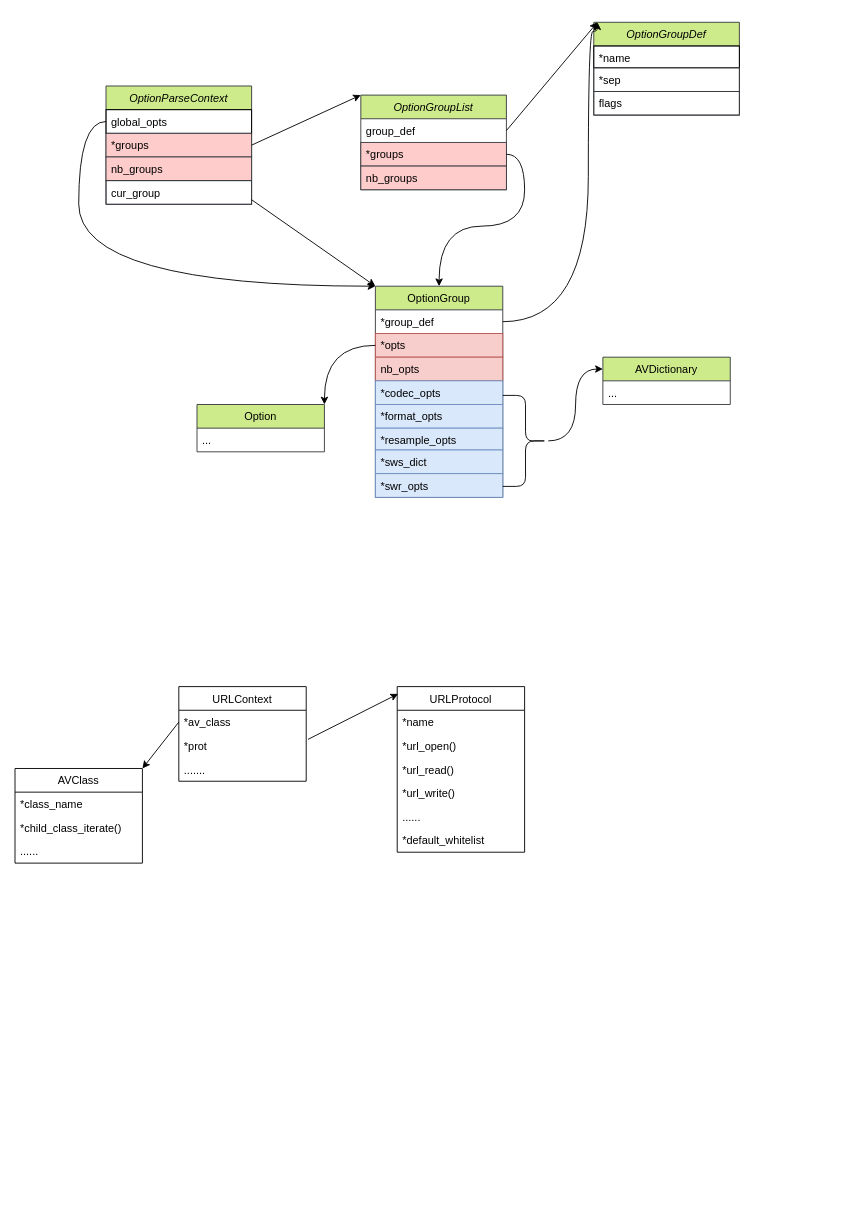
qiaoshouxing/draw.io keeps this draw.io diagram as ffmpeg.drawio. Above is the earlier version. Source tidied: cells renumbered, new cells numbered last; positions are measured from the earlier drawing's top-left corner, leaving out a move shared by most shapes. Both pictures are drawn from the tidied source at 91%, with x=0, y=0 at pixel (15, 22).
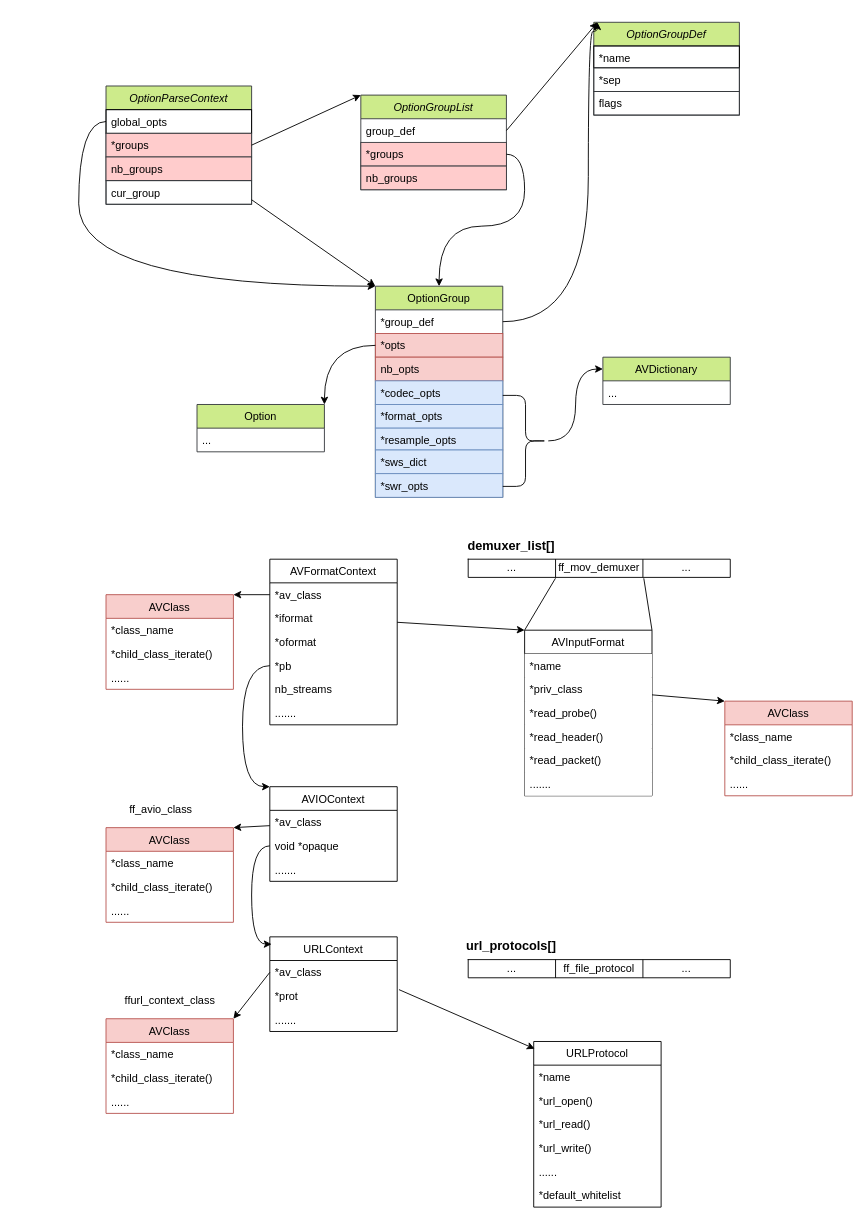
The same diagram, later.

The edit, as a diff of the source:
```diff
@@
     <mxCell id="37" value="URLContext" style="swimlane;fontStyle=0;horizontal=1;startSize=26;fillColor=none;" parent="1" vertex="1">
-      <mxGeometry x="180" y="730" width="140" height="104" as="geometry" />
+      <mxGeometry x="280" y="1005" width="140" height="104" as="geometry" />
     </mxCell>
@@
     <mxCell id="41" value="URLProtocol" style="swimlane;fontStyle=0;horizontal=1;startSize=26;fillColor=none;" parent="1" vertex="1">
-      <mxGeometry x="420" y="730" width="140" height="182" as="geometry" />
+      <mxGeometry x="570" y="1120" width="140" height="182" as="geometry" />
     </mxCell>
@@
-    <mxCell id="49" value="AVClass" style="swimlane;fontStyle=0;horizontal=1;startSize=26;fillColor=none;" parent="1" vertex="1">
-      <mxGeometry y="820" width="140" height="104" as="geometry" />
+    <mxCell id="49" value="AVClass" style="swimlane;fontStyle=0;horizontal=1;startSize=26;fillColor=#f8cecc;strokeColor=#b85450;" parent="1" vertex="1">
+      <mxGeometry x="100" y="1095" width="140" height="104" as="geometry" />
     </mxCell>
@@
+    <mxCell id="54" value="AVIOContext" style="swimlane;fontStyle=0;horizontal=1;startSize=26;fillColor=none;" parent="1" vertex="1">
+      <mxGeometry x="280" y="840" width="140" height="104" as="geometry" />
+    </mxCell>
+    <mxCell id="55" value="*av_class" style="text;strokeColor=none;fillColor=none;align=left;verticalAlign=top;spacingLeft=4;spacingRight=4;overflow=hidden;points=[[0,0.5],[1,0.5]];portConstraint=eastwest;" parent="54" vertex="1">
+      <mxGeometry y="26" width="140" height="26" as="geometry" />
+    </mxCell>
+    <mxCell id="56" value="void *opaque" style="text;strokeColor=none;fillColor=none;align=left;verticalAlign=top;spacingLeft=4;spacingRight=4;overflow=hidden;points=[[0,0.5],[1,0.5]];portConstraint=eastwest;" parent="54" vertex="1">
+      <mxGeometry y="52" width="140" height="26" as="geometry" />
+    </mxCell>
+    <mxCell id="57" value="......." style="text;strokeColor=none;fillColor=none;align=left;verticalAlign=top;spacingLeft=4;spacingRight=4;overflow=hidden;" parent="54" vertex="1">
+      <mxGeometry y="78" width="140" height="26" as="geometry" />
+    </mxCell>
+    <mxCell id="58" style="edgeStyle=orthogonalEdgeStyle;rounded=0;jettySize=auto;html=1;entryX=0.014;entryY=0.077;entryDx=0;entryDy=0;entryPerimeter=0;exitX=0;exitY=0.5;exitDx=0;exitDy=0;curved=1;" parent="1" edge="1" source="56" target="37">
+      <mxGeometry relative="1" as="geometry">
+        <Array as="points">
+          <mxPoint x="260" y="905" />
+          <mxPoint x="260" y="1013" />
+        </Array>
+      </mxGeometry>
+    </mxCell>
+    <mxCell id="59" value="AVClass" style="swimlane;fontStyle=0;horizontal=1;startSize=26;fillColor=#f8cecc;strokeColor=#b85450;" parent="1" vertex="1">
+      <mxGeometry x="100" y="885" width="140" height="104" as="geometry" />
+    </mxCell>
+    <mxCell id="60" value="*class_name" style="text;strokeColor=none;fillColor=none;align=left;verticalAlign=top;spacingLeft=4;spacingRight=4;overflow=hidden;" parent="59" vertex="1">
+      <mxGeometry y="26" width="140" height="26" as="geometry" />
+    </mxCell>
+    <mxCell id="61" value="*child_class_iterate()" style="text;strokeColor=none;fillColor=none;align=left;verticalAlign=top;spacingLeft=4;spacingRight=4;overflow=hidden;" parent="59" vertex="1">
+      <mxGeometry y="52" width="140" height="26" as="geometry" />
+    </mxCell>
+    <mxCell id="62" value="......" style="text;strokeColor=none;fillColor=none;align=left;verticalAlign=top;spacingLeft=4;spacingRight=4;overflow=hidden;" parent="59" vertex="1">
+      <mxGeometry y="78" width="140" height="26" as="geometry" />
+    </mxCell>
+    <mxCell id="63" style="rounded=0;jettySize=auto;html=1;entryX=1;entryY=0;entryDx=0;entryDy=0;" parent="1" edge="1" source="55" target="59">
+      <mxGeometry relative="1" as="geometry" />
+    </mxCell>
+    <mxCell id="64" value="ff_avio_class" style="text;html=1;align=center;verticalAlign=middle;" parent="1" vertex="1">
+      <mxGeometry x="120" y="855" width="80" height="20" as="geometry" />
+    </mxCell>
+    <mxCell id="65" value="ffurl_context_class" style="text;html=1;align=center;verticalAlign=middle;" parent="1" vertex="1">
+      <mxGeometry x="115" y="1065" width="110" height="20" as="geometry" />
+    </mxCell>
+    <mxCell id="66" value="AVFormatContext" style="swimlane;fontStyle=0;horizontal=1;startSize=26;fillColor=none;" parent="1" vertex="1">
+      <mxGeometry x="280" y="590" width="140" height="182" as="geometry" />
+    </mxCell>
+    <mxCell id="67" value="*av_class" style="text;strokeColor=none;fillColor=none;align=left;verticalAlign=top;spacingLeft=4;spacingRight=4;overflow=hidden;points=[[0,0.5],[1,0.5]];portConstraint=eastwest;" parent="66" vertex="1">
+      <mxGeometry y="26" width="140" height="26" as="geometry" />
+    </mxCell>
+    <mxCell id="68" value="*iformat" style="text;strokeColor=none;fillColor=none;align=left;verticalAlign=top;spacingLeft=4;spacingRight=4;overflow=hidden;points=[[0,0.5],[1,0.5]];portConstraint=eastwest;" parent="66" vertex="1">
+      <mxGeometry y="52" width="140" height="26" as="geometry" />
+    </mxCell>
+    <mxCell id="69" value="*oformat" style="text;strokeColor=none;fillColor=none;align=left;verticalAlign=top;spacingLeft=4;spacingRight=4;overflow=hidden;" parent="66" vertex="1">
+      <mxGeometry y="78" width="140" height="26" as="geometry" />
+    </mxCell>
+    <mxCell id="70" value="*pb" style="text;strokeColor=none;fillColor=none;align=left;verticalAlign=top;spacingLeft=4;spacingRight=4;overflow=hidden;points=[[0,0.5],[1,0.5]];portConstraint=eastwest;" parent="66" vertex="1">
+      <mxGeometry y="104" width="140" height="26" as="geometry" />
+    </mxCell>
+    <mxCell id="71" value="nb_streams" style="text;strokeColor=none;fillColor=none;align=left;verticalAlign=top;spacingLeft=4;spacingRight=4;overflow=hidden;" parent="66" vertex="1">
+      <mxGeometry y="130" width="140" height="26" as="geometry" />
+    </mxCell>
+    <mxCell id="72" value="......." style="text;strokeColor=none;fillColor=none;align=left;verticalAlign=top;spacingLeft=4;spacingRight=4;overflow=hidden;" parent="66" vertex="1">
+      <mxGeometry y="156" width="140" height="26" as="geometry" />
+    </mxCell>
+    <mxCell id="73" style="edgeStyle=orthogonalEdgeStyle;rounded=0;jettySize=auto;html=1;entryX=0;entryY=0;entryDx=0;entryDy=0;exitX=0;exitY=0.5;exitDx=0;exitDy=0;curved=1;" parent="1" edge="1" source="70" target="54">
+      <mxGeometry relative="1" as="geometry">
+        <Array as="points">
+          <mxPoint x="250" y="707" />
+          <mxPoint x="250" y="840" />
+        </Array>
+      </mxGeometry>
+    </mxCell>
+    <mxCell id="74" value="AVInputFormat" style="swimlane;fontStyle=0;horizontal=1;startSize=26;" parent="1" vertex="1">
+      <mxGeometry x="560" y="668" width="140" height="182" as="geometry" />
+    </mxCell>
+    <mxCell id="75" value="*name" style="text;strokeColor=none;align=left;verticalAlign=top;spacingLeft=4;spacingRight=4;overflow=hidden;fillColor=#ffffff;" parent="74" vertex="1">
+      <mxGeometry y="26" width="140" height="26" as="geometry" />
+    </mxCell>
+    <mxCell id="76" value="*priv_class" style="text;strokeColor=none;align=left;verticalAlign=top;spacingLeft=4;spacingRight=4;overflow=hidden;points=[[0,0.5],[1,0.5]];portConstraint=eastwest;fillColor=#ffffff;" parent="74" vertex="1">
+      <mxGeometry y="52" width="140" height="26" as="geometry" />
+    </mxCell>
+    <mxCell id="77" value="*read_probe()" style="text;strokeColor=none;align=left;verticalAlign=top;spacingLeft=4;spacingRight=4;overflow=hidden;fillColor=#ffffff;" parent="74" vertex="1">
+      <mxGeometry y="78" width="140" height="26" as="geometry" />
+    </mxCell>
+    <mxCell id="78" value="*read_header()" style="text;strokeColor=none;align=left;verticalAlign=top;spacingLeft=4;spacingRight=4;overflow=hidden;fillColor=#ffffff;" parent="74" vertex="1">
+      <mxGeometry y="104" width="140" height="26" as="geometry" />
+    </mxCell>
+    <mxCell id="79" value="*read_packet()" style="text;strokeColor=none;align=left;verticalAlign=top;spacingLeft=4;spacingRight=4;overflow=hidden;fillColor=#ffffff;" parent="74" vertex="1">
+      <mxGeometry y="130" width="140" height="26" as="geometry" />
+    </mxCell>
+    <mxCell id="80" value="......." style="text;strokeColor=none;align=left;verticalAlign=top;spacingLeft=4;spacingRight=4;overflow=hidden;fillColor=#ffffff;" parent="74" vertex="1">
+      <mxGeometry y="156" width="140" height="26" as="geometry" />
+    </mxCell>
+    <mxCell id="81" style="rounded=0;jettySize=auto;html=1;entryX=0;entryY=0;entryDx=0;entryDy=0;" parent="1" edge="1" source="68" target="74">
+      <mxGeometry relative="1" as="geometry" />
+    </mxCell>
+    <mxCell id="82" value="AVClass" style="swimlane;fontStyle=0;horizontal=1;startSize=26;fillColor=#f8cecc;strokeColor=#b85450;" parent="1" vertex="1">
+      <mxGeometry x="780" y="746" width="140" height="104" as="geometry" />
+    </mxCell>
+    <mxCell id="83" value="*class_name" style="text;strokeColor=none;fillColor=none;align=left;verticalAlign=top;spacingLeft=4;spacingRight=4;overflow=hidden;" parent="82" vertex="1">
+      <mxGeometry y="26" width="140" height="26" as="geometry" />
+    </mxCell>
+    <mxCell id="84" value="*child_class_iterate()" style="text;strokeColor=none;fillColor=none;align=left;verticalAlign=top;spacingLeft=4;spacingRight=4;overflow=hidden;" parent="82" vertex="1">
+      <mxGeometry y="52" width="140" height="26" as="geometry" />
+    </mxCell>
+    <mxCell id="85" value="......" style="text;strokeColor=none;fillColor=none;align=left;verticalAlign=top;spacingLeft=4;spacingRight=4;overflow=hidden;" parent="82" vertex="1">
+      <mxGeometry y="78" width="140" height="26" as="geometry" />
+    </mxCell>
+    <mxCell id="86" style="edgeStyle=none;rounded=0;jettySize=auto;html=1;entryX=0;entryY=0;entryDx=0;entryDy=0;" parent="1" edge="1" source="76" target="82">
+      <mxGeometry relative="1" as="geometry" />
+    </mxCell>
+    <mxCell id="87" value="AVClass" style="swimlane;fontStyle=0;horizontal=1;startSize=26;fillColor=#f8cecc;strokeColor=#b85450;" parent="1" vertex="1">
+      <mxGeometry x="100" y="629" width="140" height="104" as="geometry" />
+    </mxCell>
+    <mxCell id="88" value="*class_name" style="text;strokeColor=none;fillColor=none;align=left;verticalAlign=top;spacingLeft=4;spacingRight=4;overflow=hidden;" parent="87" vertex="1">
+      <mxGeometry y="26" width="140" height="26" as="geometry" />
+    </mxCell>
+    <mxCell id="89" value="*child_class_iterate()" style="text;strokeColor=none;fillColor=none;align=left;verticalAlign=top;spacingLeft=4;spacingRight=4;overflow=hidden;" parent="87" vertex="1">
+      <mxGeometry y="52" width="140" height="26" as="geometry" />
+    </mxCell>
+    <mxCell id="90" value="......" style="text;strokeColor=none;fillColor=none;align=left;verticalAlign=top;spacingLeft=4;spacingRight=4;overflow=hidden;" parent="87" vertex="1">
+      <mxGeometry y="78" width="140" height="26" as="geometry" />
+    </mxCell>
+    <mxCell id="91" style="edgeStyle=none;rounded=0;jettySize=auto;html=1;entryX=1;entryY=0;entryDx=0;entryDy=0;" parent="1" edge="1" source="67" target="87">
+      <mxGeometry relative="1" as="geometry" />
+    </mxCell>
+    <mxCell id="92" style="edgeStyle=none;rounded=0;jettySize=auto;html=1;entryX=0;entryY=0;entryDx=0;entryDy=0;fontSize=14;exitX=0.333;exitY=1.05;exitDx=0;exitDy=0;exitPerimeter=0;startArrow=none;startFill=0;endArrow=none;endFill=0;" parent="1" edge="1" source="95" target="74">
+      <mxGeometry relative="1" as="geometry" />
+    </mxCell>
+    <mxCell id="93" style="edgeStyle=none;rounded=0;jettySize=auto;html=1;entryX=1;entryY=0;entryDx=0;entryDy=0;startArrow=none;startFill=0;endArrow=none;endFill=0;fontSize=14;exitX=0.67;exitY=1.05;exitDx=0;exitDy=0;exitPerimeter=0;" parent="1" edge="1" source="95" target="74">
+      <mxGeometry relative="1" as="geometry" />
+    </mxCell>
+    <mxCell id="94" style="shape=table;html=1;whiteSpace=wrap;startSize=0;childLayout=tableLayout;strokeColor=#000000;fillColor=#ffffff;" parent="1" vertex="1">
+      <mxGeometry x="498" y="590" width="288" height="20" as="geometry" />
+    </mxCell>
+    <mxCell id="95" style="shape=partialRectangle;html=1;whiteSpace=wrap;fillColor=none;top=0;left=0;bottom=0;right=0;points=[[0,0.5],[1,0.5]];portConstraint=eastwest;" parent="94" vertex="1">
+      <mxGeometry width="288" height="20" as="geometry" />
+    </mxCell>
+    <mxCell id="96" value="&lt;span&gt;...&lt;/span&gt;" style="shape=partialRectangle;html=1;whiteSpace=wrap;fillColor=none;top=0;left=0;bottom=0;right=0;overflow=hidden;" parent="95" vertex="1">
+      <mxGeometry width="96" height="20" as="geometry" />
+    </mxCell>
+    <mxCell id="97" value="&lt;span&gt;ff_mov_demuxer&lt;/span&gt;" style="shape=partialRectangle;html=1;whiteSpace=wrap;fillColor=none;top=0;left=0;bottom=0;right=0;overflow=hidden;" parent="95" vertex="1">
+      <mxGeometry x="96" width="96" height="20" as="geometry" />
+    </mxCell>
+    <mxCell id="98" value="..." style="shape=partialRectangle;html=1;whiteSpace=wrap;fillColor=none;top=0;left=0;bottom=0;right=0;overflow=hidden;" parent="95" vertex="1">
+      <mxGeometry x="192" width="96" height="20" as="geometry" />
+    </mxCell>
+    <mxCell id="99" value="demuxer_list[]" style="text;html=1;align=center;verticalAlign=middle;fontStyle=1;fontSize=14;" parent="1" vertex="1">
+      <mxGeometry x="490" y="565" width="110" height="20" as="geometry" />
+    </mxCell>
+    <mxCell id="100" style="shape=table;html=1;whiteSpace=wrap;startSize=0;childLayout=tableLayout;strokeColor=#000000;fillColor=#ffffff;" parent="1" vertex="1">
+      <mxGeometry x="498" y="1030" width="288" height="20" as="geometry" />
+    </mxCell>
+    <mxCell id="101" style="shape=partialRectangle;html=1;whiteSpace=wrap;fillColor=none;top=0;left=0;bottom=0;right=0;" parent="100" vertex="1">
+      <mxGeometry width="288" height="20" as="geometry" />
+    </mxCell>
+    <mxCell id="102" value="&lt;span&gt;...&lt;/span&gt;" style="shape=partialRectangle;html=1;whiteSpace=wrap;fillColor=none;top=0;left=0;bottom=0;right=0;overflow=hidden;" parent="101" vertex="1">
+      <mxGeometry width="96" height="20" as="geometry" />
+    </mxCell>
+    <mxCell id="103" value="&lt;span&gt;ff_file_protocol&lt;/span&gt;" style="shape=partialRectangle;html=1;whiteSpace=wrap;fillColor=none;top=0;left=0;bottom=0;right=0;overflow=hidden;" parent="101" vertex="1">
+      <mxGeometry x="96" width="96" height="20" as="geometry" />
+    </mxCell>
+    <mxCell id="104" value="..." style="shape=partialRectangle;html=1;whiteSpace=wrap;fillColor=none;top=0;left=0;bottom=0;right=0;overflow=hidden;" parent="101" vertex="1">
+      <mxGeometry x="192" width="96" height="20" as="geometry" />
+    </mxCell>
+    <mxCell id="105" value="url_protocols[]" style="text;html=1;align=center;verticalAlign=middle;fontStyle=1;fontSize=14;" parent="1" vertex="1">
+      <mxGeometry x="490" y="1005" width="110" height="20" as="geometry" />
+    </mxCell>
```
